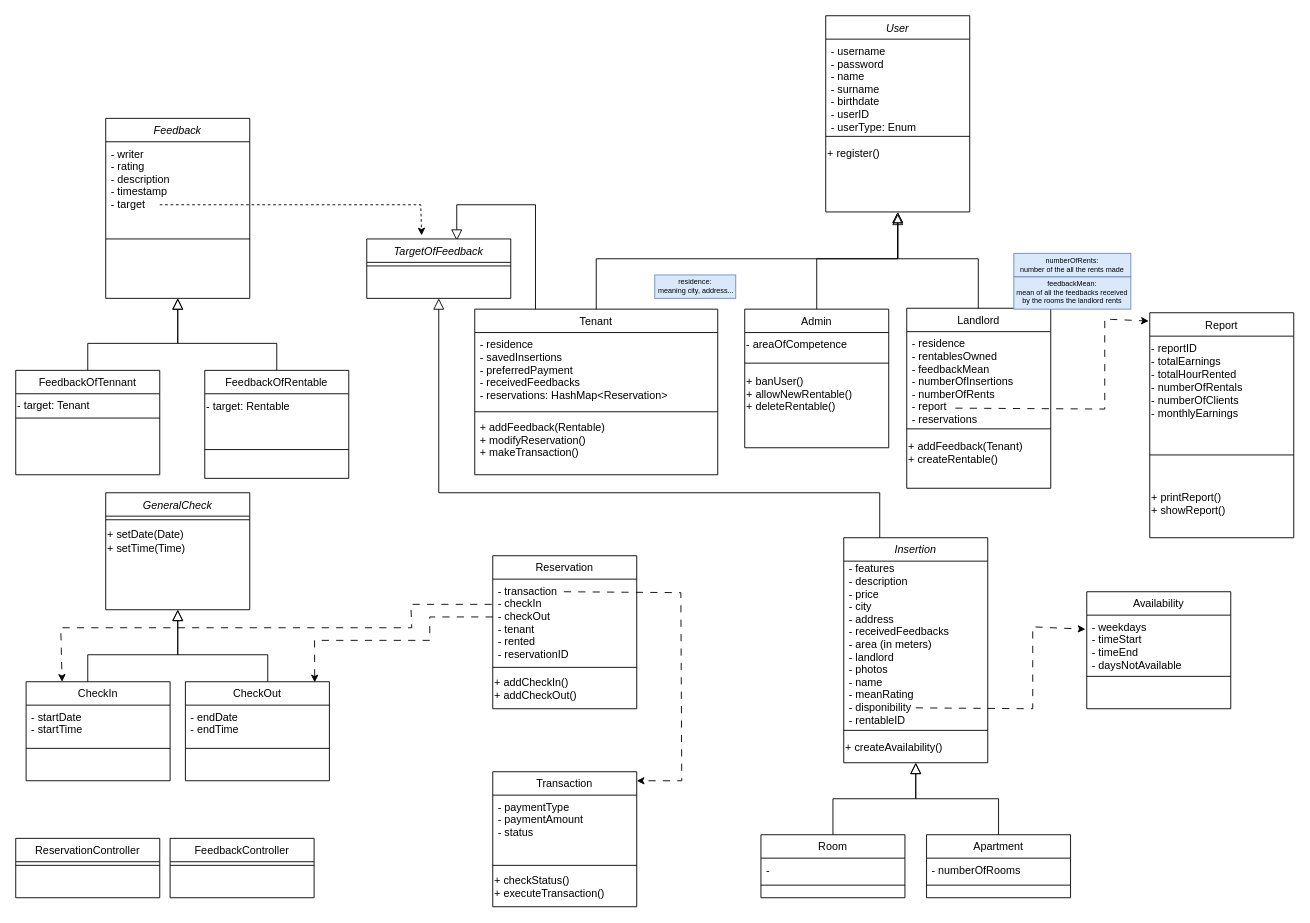
Above: class_diagram.drawio in dnbias/hroom (draw.io), before the change. Source tidied: cells renumbered, new cells numbered last; positions are measured from the earlier drawing's top-left corner, leaving out a move shared by most shapes. Both pictures are drawn from the tidied source at 90%, with x=0, y=0 at pixel (15, 15).
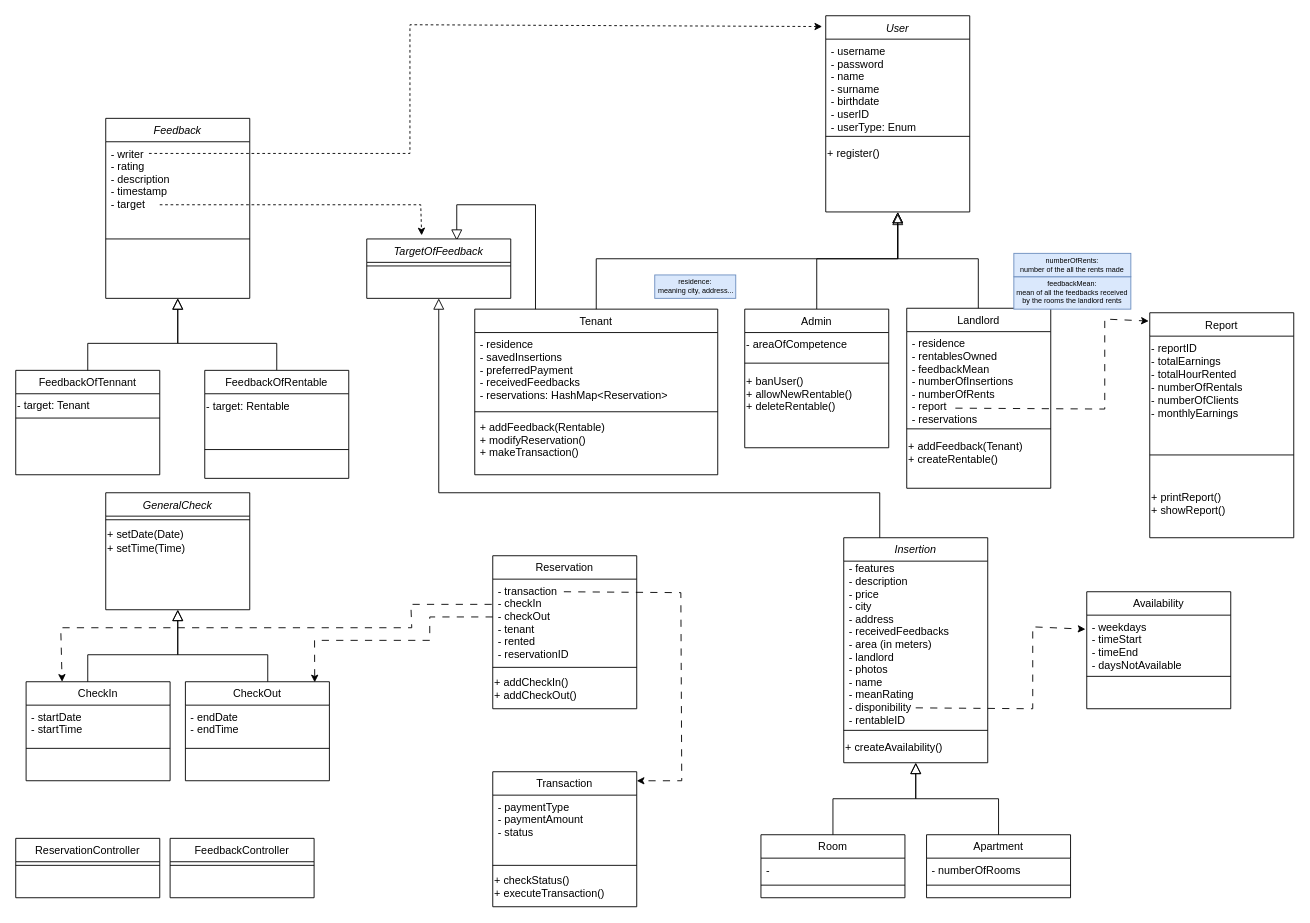
The same diagram, later.

The change refers to these unchanged cells:
```xml
<mxCell id="2" value="User" style="swimlane;fontStyle=2;align=center;verticalAlign=top;horizontal=1;startSize=26;rounded=0;shadow=0;strokeWidth=1;" parent="1" vertex="1">
  <mxGeometry x="900" width="160" height="218" as="geometry" />
</mxCell>
```

What changed in the source:
```diff
@@
+    <mxCell id="88" style="endArrow=classic;html=1;rounded=0;dashed=1;entryX=-0.025;entryY=0.055;entryDx=0;entryDy=0;entryPerimeter=0;" parent="1" edge="1" target="2">
+      <mxGeometry relative="1" as="geometry">
+        <mxPoint x="148" y="153" as="sourcePoint" />
+        <Array as="points">
+          <mxPoint x="438" y="153" />
+          <mxPoint x="438" y="10" />
+        </Array>
+      </mxGeometry>
+    </mxCell>
```
